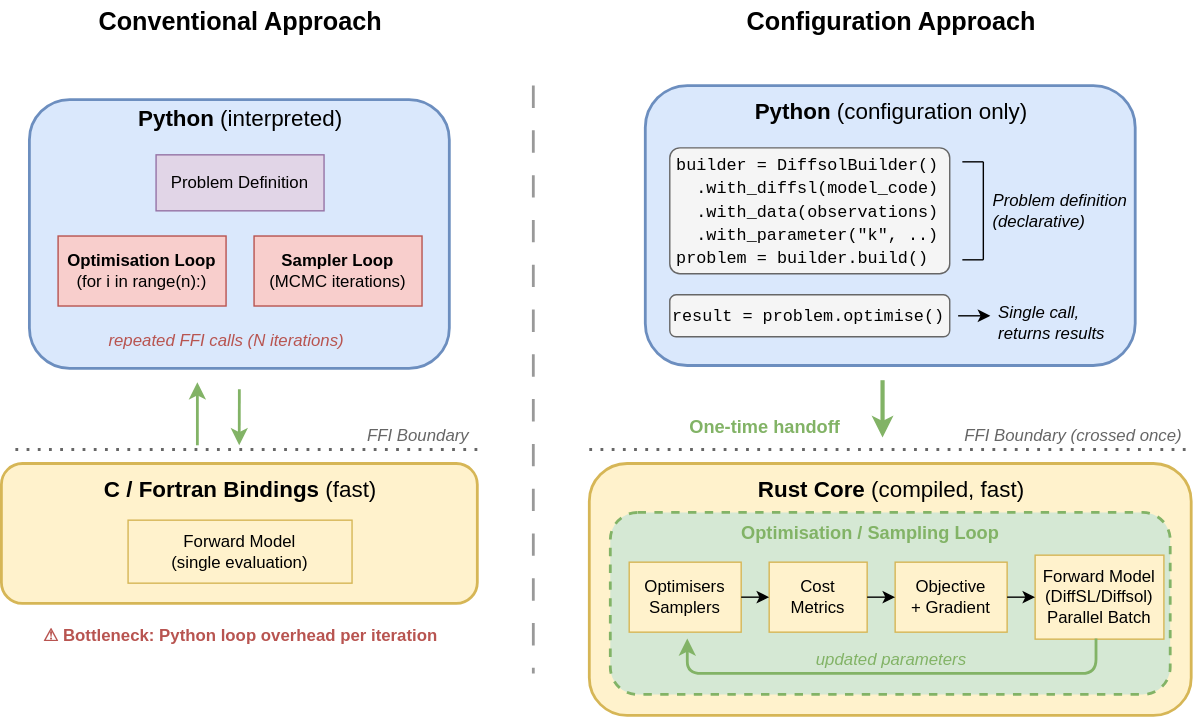
BradyPlanden/diffid keeps this draw.io diagram as docs/assets/diffid.svg. Above is the earlier version. Source tidied: cells renumbered, new cells last; positions are measured from the earlier drawing's top-left corner, leaving out a move shared by most shapes.
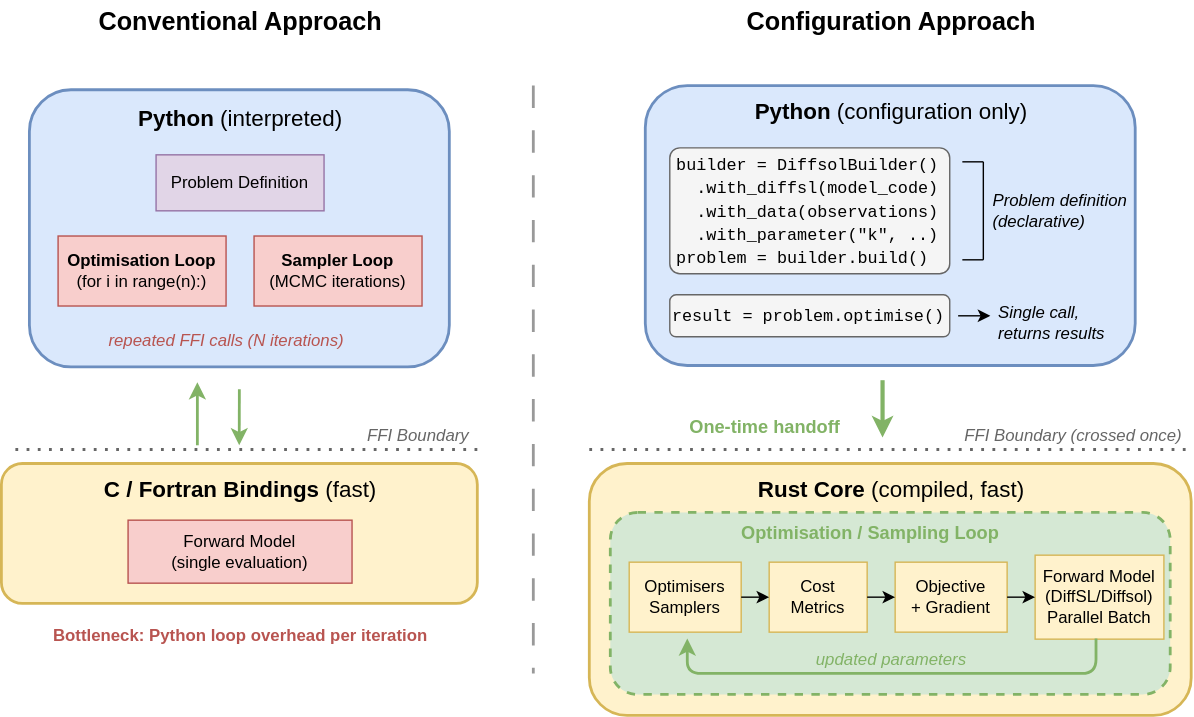
After the commit.

Commit message:
docs: updates architecture, removes dark background

What changed in the source:
```diff
@@ -6,7 +6,7 @@
       <mxGeometry x="60" width="220" height="30" as="geometry" />
     </mxCell>
     <mxCell id="3" style="rounded=1;whiteSpace=wrap;html=1;fillColor=#dae8fc;strokeColor=#6c8ebf;strokeWidth=2;" parent="1" vertex="1">
-      <mxGeometry x="20" y="71" width="300" height="192" as="geometry" />
+      <mxGeometry x="20" y="64" width="300" height="198" as="geometry" />
     </mxCell>
     <mxCell id="4" value="&lt;font style=&quot;font-size: 16px;&quot;&gt;&lt;b&gt;Python&lt;/b&gt; (interpreted)&lt;/font&gt;" style="text;html=1;align=center;verticalAlign=middle;" parent="1" vertex="1">
       <mxGeometry x="100" y="71" width="140" height="25" as="geometry" />
@@ -29,7 +29,7 @@
     <mxCell id="10" value="&lt;font style=&quot;font-size: 16px;&quot;&gt;&lt;b&gt;C / Fortran Bindings&lt;/b&gt; (fast)&lt;/font&gt;" style="text;html=1;align=center;verticalAlign=middle;" parent="1" vertex="1">
       <mxGeometry x="70" y="336" width="200" height="25" as="geometry" />
     </mxCell>
-    <mxCell id="11" value="Forward Model&lt;br&gt;(single evaluation)" style="rounded=0;whiteSpace=wrap;html=1;fillColor=#fff2cc;strokeColor=#d6b656;" parent="1" vertex="1">
+    <mxCell id="11" value="Forward Model&lt;br&gt;(single evaluation)" style="rounded=0;whiteSpace=wrap;html=1;fillColor=#f8cecc;strokeColor=#b85450;" parent="1" vertex="1">
       <mxGeometry x="90" y="371" width="160" height="45" as="geometry" />
     </mxCell>
     <mxCell id="12" style="endArrow=none;dashed=1;html=1;dashPattern=1 3;strokeWidth=2;rounded=0;strokeColor=#666666;" parent="1" edge="1">
@@ -41,7 +41,7 @@
     <mxCell id="13" value="&lt;font color=&quot;#666666&quot;&gt;FFI Boundary&lt;/font&gt;" style="text;html=1;align=center;verticalAlign=middle;fontStyle=2;" parent="1" vertex="1">
       <mxGeometry x="252" y="301" width="90" height="20" as="geometry" />
     </mxCell>
-    <mxCell id="14" value="&lt;font color=&quot;#b85450&quot;&gt;⚠ Bottleneck: Python loop overhead per iteration&lt;/font&gt;" style="text;html=1;align=center;verticalAlign=middle;fontStyle=1;" parent="1" vertex="1">
+    <mxCell id="14" value="&lt;font color=&quot;#b85450&quot;&gt;Bottleneck: Python loop overhead per iteration&lt;/font&gt;" style="text;html=1;align=center;verticalAlign=middle;fontStyle=1;" parent="1" vertex="1">
       <mxGeometry x="10" y="441" width="320" height="25" as="geometry" />
     </mxCell>
     <mxCell id="15" value="&lt;font style=&quot;font-size: 18px;&quot;&gt;&lt;b&gt;Configuration Approach&lt;/b&gt;&lt;/font&gt;" style="text;html=1;align=center;verticalAlign=middle;" parent="1" vertex="1">
```
